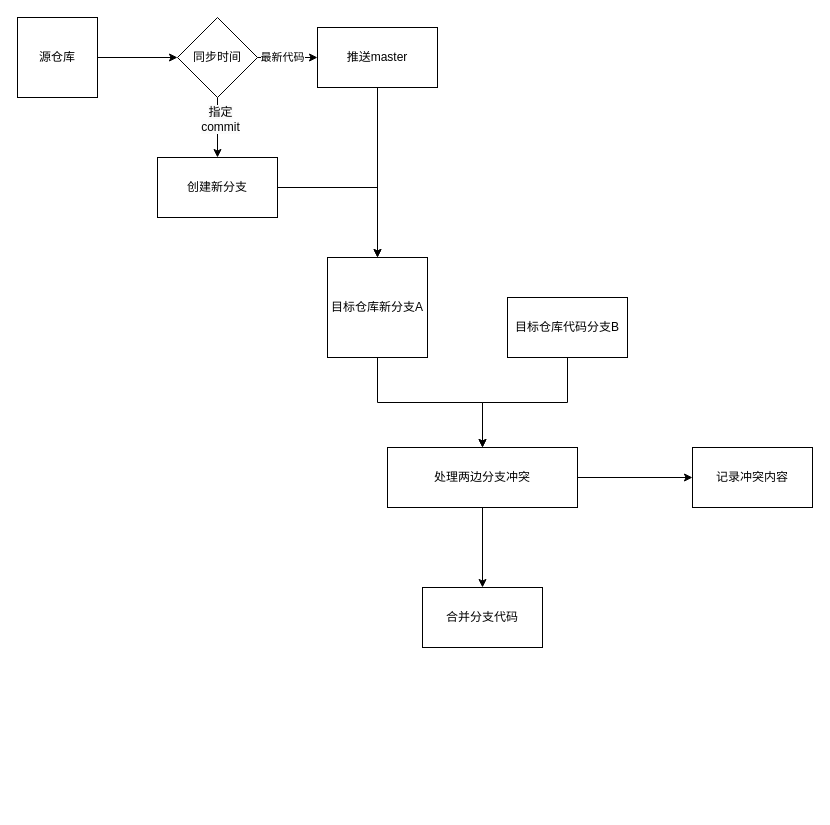
notcold/drawio keeps this draw.io diagram as gitsync.drawio. Above is the earlier version. Source tidied: cells renumbered, new cells numbered last; positions are measured from the earlier drawing's top-left corner, leaving out a move shared by most shapes. Both pictures are drawn from the tidied source at 100%, with x=0, y=0 at pixel (17, 17).
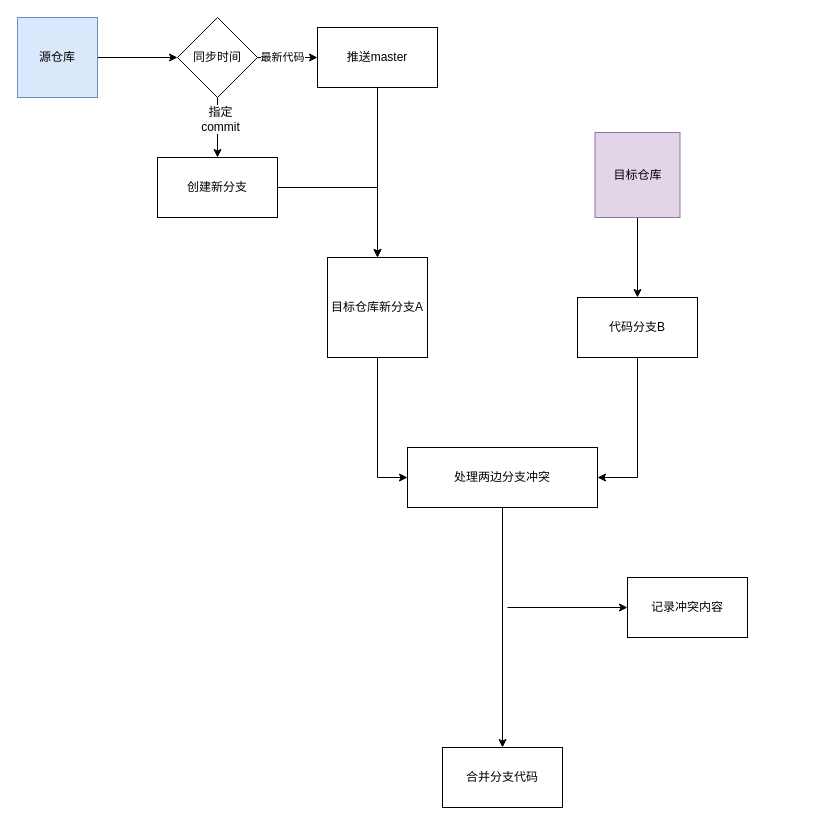
The same diagram, later.

Unchanged cells that the change refers to:
```xml
<mxCell id="14" value="目标仓库新分支A" style="whiteSpace=wrap;html=1;" parent="1" vertex="1">
  <mxGeometry x="310" y="240" width="100" height="100" as="geometry" />
</mxCell>
```

What changed in the source:
```diff
@@
-    <mxCell id="3" value="源仓库" style="whiteSpace=wrap;html=1;" parent="1" vertex="1">
+    <mxCell id="3" value="源仓库" style="whiteSpace=wrap;html=1;labelBackgroundColor=none;fillColor=#dae8fc;strokeColor=#6c8ebf;" parent="1" vertex="1">
       <mxGeometry width="80" height="80" as="geometry" />
     </mxCell>
@@
-    <mxCell id="13" style="edgeStyle=orthogonalEdgeStyle;rounded=0;jettySize=auto;html=1;entryX=0.5;entryY=0;entryDx=0;entryDy=0;" parent="1" edge="1" source="14" target="19">
+    <mxCell id="13" style="edgeStyle=orthogonalEdgeStyle;rounded=0;jettySize=auto;html=1;entryX=0;entryY=0.5;entryDx=0;entryDy=0;" parent="1" edge="1" source="14" target="19">
       <mxGeometry relative="1" as="geometry" />
     </mxCell>
@@
-    <mxCell id="15" style="edgeStyle=orthogonalEdgeStyle;rounded=0;jettySize=auto;html=1;" parent="1" edge="1" source="16" target="19">
+    <mxCell id="15" style="edgeStyle=orthogonalEdgeStyle;rounded=0;jettySize=auto;html=1;entryX=1;entryY=0.5;entryDx=0;entryDy=0;" parent="1" edge="1" source="16" target="19">
       <mxGeometry relative="1" as="geometry" />
     </mxCell>
-    <mxCell id="16" value="目标仓库代码分支B" style="whiteSpace=wrap;html=1;" parent="1" vertex="1">
-      <mxGeometry x="490" y="280" width="120" height="60" as="geometry" />
+    <mxCell id="16" value="代码分支B" style="whiteSpace=wrap;html=1;" parent="1" vertex="1">
+      <mxGeometry x="560" y="280" width="120" height="60" as="geometry" />
     </mxCell>
-    <mxCell id="17" style="edgeStyle=orthogonalEdgeStyle;rounded=0;jettySize=auto;html=1;" parent="1" edge="1" source="19" target="20">
-      <mxGeometry relative="1" as="geometry" />
-    </mxCell>
@@
     <mxCell id="19" value="处理两边分支冲突" style="rounded=0;whiteSpace=wrap;html=1;" parent="1" vertex="1">
-      <mxGeometry x="370" y="430" width="190" height="60" as="geometry" />
+      <mxGeometry x="390" y="430" width="190" height="60" as="geometry" />
     </mxCell>
     <mxCell id="20" value="记录冲突内容" style="whiteSpace=wrap;html=1;rounded=0;" parent="1" vertex="1">
-      <mxGeometry x="675" y="430" width="120" height="60" as="geometry" />
+      <mxGeometry x="610" y="560" width="120" height="60" as="geometry" />
     </mxCell>
     <mxCell id="21" value="合并分支代码" style="rounded=0;whiteSpace=wrap;html=1;" parent="1" vertex="1">
-      <mxGeometry x="405" y="570" width="120" height="60" as="geometry" />
+      <mxGeometry x="425" y="730" width="120" height="60" as="geometry" />
     </mxCell>
+    <mxCell id="22" style="edgeStyle=orthogonalEdgeStyle;rounded=0;jettySize=auto;html=1;" parent="1" edge="1" source="23" target="16">
+      <mxGeometry relative="1" as="geometry" />
+    </mxCell>
+    <mxCell id="23" value="目标仓库" style="whiteSpace=wrap;html=1;fillColor=#e1d5e7;strokeColor=#9673a6;" parent="1" vertex="1">
+      <mxGeometry x="577.5" y="115" width="85" height="85" as="geometry" />
+    </mxCell>
+    <mxCell id="24" style="endArrow=classic;html=1;rounded=0;entryX=0;entryY=0.5;entryDx=0;entryDy=0;" parent="1" edge="1" target="20">
+      <mxGeometry relative="1" as="geometry">
+        <mxPoint x="490" y="590" as="sourcePoint" />
+      </mxGeometry>
+    </mxCell>
```
